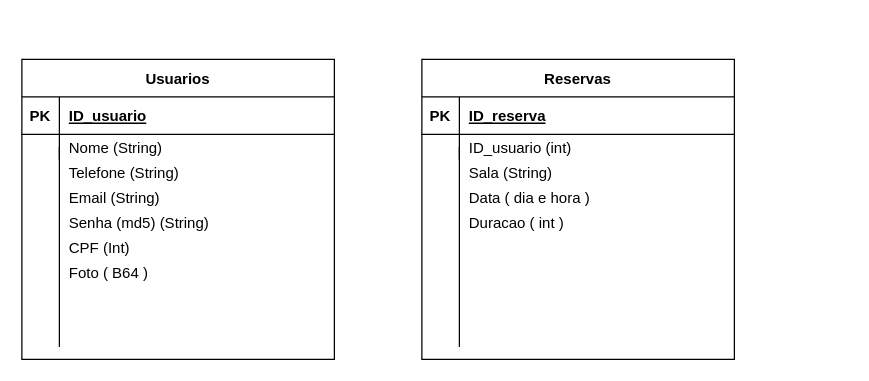
This is Requisitos/DER.drawio from daniloafalcirolli/Master, a draw.io file, before an edit. Source tidied: cells renumbered, new cells numbered last; positions are measured from the earlier drawing's top-left corner, leaving out a move shared by most shapes. Both pictures are drawn from the tidied source at 125%, with x=0, y=0 at pixel (21, 59).
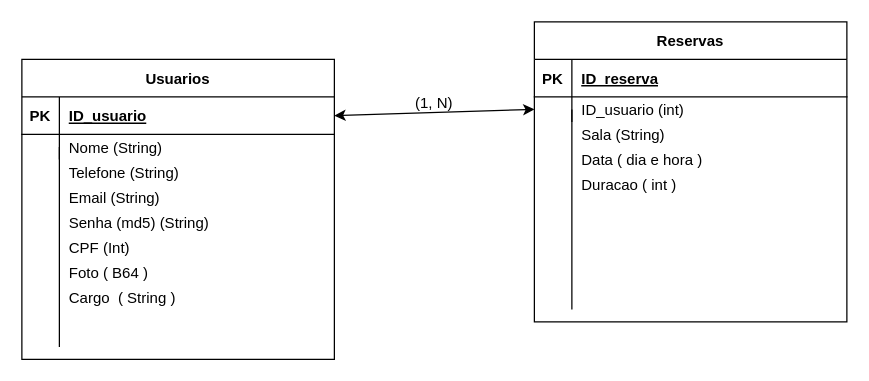
Above is the later version.

The change refers to these unchanged cells:
```xml
<mxCell id="3" style="shape=partialRectangle;fillColor=none;points=[[0,0.5],[1,0.5]];portConstraint=eastwest;top=0;left=0;right=0;bottom=1;" parent="2" vertex="1">
  <mxGeometry y="30" width="250" height="30" as="geometry" />
</mxCell>
<mxCell id="19" style="shape=partialRectangle;fillColor=none;points=[[0,0.5],[1,0.5]];portConstraint=eastwest;top=0;left=0;right=0;bottom=0;" parent="15" vertex="1">
  <mxGeometry y="60" width="250" height="20" as="geometry" />
</mxCell>
```

Change to the diagram source:
```diff
@@
     <mxCell id="15" value="Reservas" style="shape=table;startSize=30;childLayout=tableLayout;rowLines=0;fontStyle=1;align=center;" parent="1" vertex="1">
-      <mxGeometry x="320" width="250" height="240" as="geometry" />
+      <mxGeometry x="410" y="-30" width="250" height="240" as="geometry" />
     </mxCell>
@@
     <mxCell id="22" style="endArrow=none;html=1;rounded=0;" parent="1" edge="1">
       <mxGeometry relative="1" as="geometry">
-        <mxPoint x="350" y="230" as="sourcePoint" />
-        <mxPoint x="350" y="70" as="targetPoint" />
+        <mxPoint x="440" y="200" as="sourcePoint" />
+        <mxPoint x="440" y="40" as="targetPoint" />
       </mxGeometry>
     </mxCell>
     <mxCell id="23" value="Sala (String)" style="shape=partialRectangle;overflow=hidden;fillColor=none;top=0;left=0;bottom=0;right=0;align=left;spacingLeft=6;" parent="1" vertex="1">
-      <mxGeometry x="350" y="80" width="220" height="20" as="geometry" />
+      <mxGeometry x="440" y="50" width="220" height="20" as="geometry" />
     </mxCell>
     <mxCell id="24" value="Data ( dia e hora )" style="shape=partialRectangle;overflow=hidden;fillColor=none;top=0;left=0;bottom=0;right=0;align=left;spacingLeft=6;" parent="1" vertex="1">
-      <mxGeometry x="350" y="100" width="220" height="20" as="geometry" />
+      <mxGeometry x="440" y="70" width="220" height="20" as="geometry" />
     </mxCell>
     <mxCell id="25" value="Duracao ( int )" style="shape=partialRectangle;overflow=hidden;fillColor=none;top=0;left=0;bottom=0;right=0;align=left;spacingLeft=6;" parent="1" vertex="1">
-      <mxGeometry x="350" y="120" width="220" height="20" as="geometry" />
+      <mxGeometry x="440" y="90" width="220" height="20" as="geometry" />
     </mxCell>
     <mxCell id="26" style="shape=partialRectangle;overflow=hidden;fillColor=none;top=0;left=0;bottom=0;right=0;align=left;spacingLeft=6;" parent="1" vertex="1">
-      <mxGeometry x="350" y="160" width="220" height="20" as="geometry" />
+      <mxGeometry x="440" y="130" width="220" height="20" as="geometry" />
     </mxCell>
+    <mxCell id="27" style="endArrow=classic;startArrow=classic;html=1;rounded=0;entryX=0;entryY=0.5;entryDx=0;entryDy=0;exitX=1;exitY=0.5;exitDx=0;exitDy=0;" parent="1" edge="1" source="3" target="19">
+      <mxGeometry relative="1" as="geometry" />
+    </mxCell>
+    <mxCell id="28" value="Cargo  ( String ) " style="shape=partialRectangle;overflow=hidden;fillColor=none;top=0;left=0;bottom=0;right=0;align=left;spacingLeft=6;" parent="1" vertex="1">
+      <mxGeometry x="30" y="180" width="220" height="20" as="geometry" />
+    </mxCell>
+    <mxCell id="29" value="(1, N)" style="text;html=1;strokeColor=none;fillColor=none;align=center;verticalAlign=middle;whiteSpace=wrap;rounded=0;" parent="1" vertex="1">
+      <mxGeometry x="300" y="20" width="60" height="30" as="geometry" />
+    </mxCell>
```
